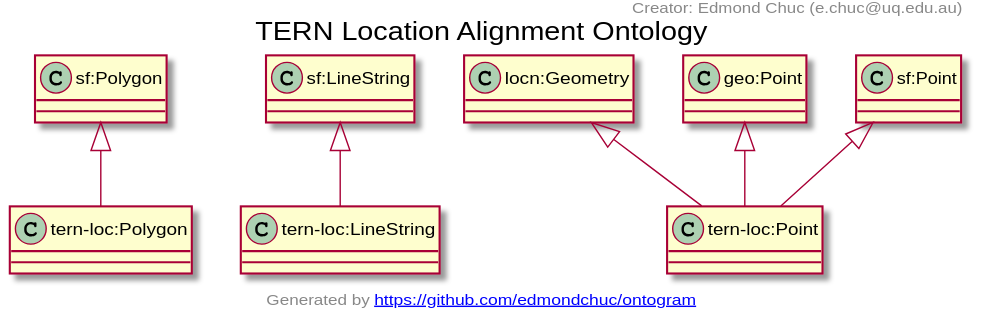
This is docs/tern-loc.ttl.txt.svg from ternaustralia/ontology_tern-loc, a PlantUML export, as it was before one commit.
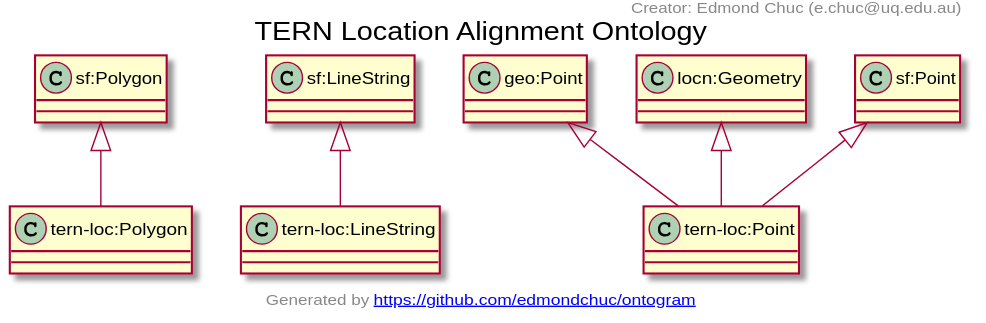
After the change.

Commit message:
Added a description to the tern-loc:datum property.

Diff of the diagram source:
```diff
@@ -2,8 +2,8 @@
 title TERN Location Alignment Ontology
 "sf:Polygon" <|-- "tern-loc:Polygon"
 "sf:LineString" <|-- "tern-loc:LineString"
+"geo:Point" <|-- "tern-loc:Point"
 "locn:Geometry" <|-- "tern-loc:Point"
-"geo:Point" <|-- "tern-loc:Point"
 "sf:Point" <|-- "tern-loc:Point"
 Class "tern-loc:Polygon" [[https://w3id.org/tern/ontologies/loc/Polygon]] {
 }
```
